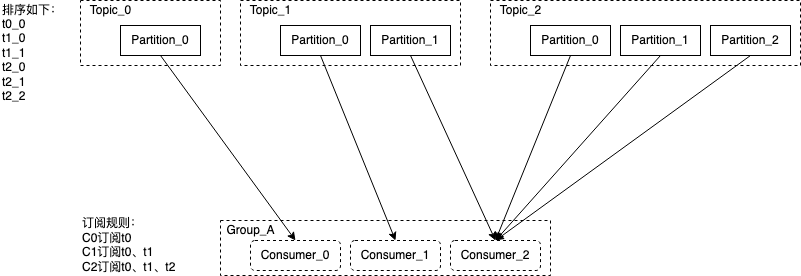
This is kafka Round Robin分配策略.png from wu0hgl/note_pic, a draw.io export, as it was before one commit. Source tidied: cells renumbered, new cells last; positions are measured from the earlier drawing's top-left corner, leaving out a move shared by most shapes.
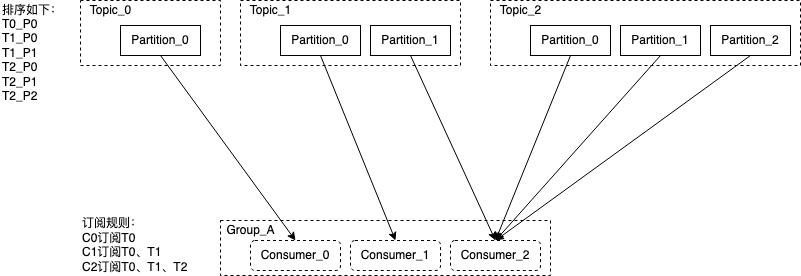
The same file after the commit.

Commit message:
更新kafka Round Robin分配策略.png

What changed in the source:
```diff
@@ -41,10 +41,10 @@
     <mxCell id="14" value="Topic_2" style="text;html=1;align=center;verticalAlign=middle;fillColor=none;strokeColor=none;rounded=0;" parent="1" vertex="1">
       <mxGeometry x="490" width="60" height="20" as="geometry" />
     </mxCell>
-    <mxCell id="15" value="&lt;div align=&quot;left&quot;&gt;订阅规则：&lt;/div&gt;&lt;div align=&quot;left&quot;&gt;C0订阅t0&lt;/div&gt;&lt;div align=&quot;left&quot;&gt;C1订阅t0、t1&lt;/div&gt;&lt;div align=&quot;left&quot;&gt;C2订阅t0、t1、t2&lt;br&gt;&lt;/div&gt;" style="text;html=1;align=left;verticalAlign=middle;fillColor=none;strokeColor=none;rounded=0;dashed=1;" parent="1" vertex="1">
-      <mxGeometry x="80" y="215" width="110" height="60" as="geometry" />
+    <mxCell id="15" value="&lt;div align=&quot;left&quot;&gt;订阅规则：&lt;/div&gt;&lt;div align=&quot;left&quot;&gt;C0订阅T0&lt;/div&gt;&lt;div align=&quot;left&quot;&gt;C1订阅T0、T1&lt;/div&gt;&lt;div align=&quot;left&quot;&gt;C2订阅T0、T1、T2&lt;br&gt;&lt;/div&gt;" style="text;html=1;align=left;verticalAlign=middle;fillColor=none;strokeColor=none;rounded=0;dashed=1;" parent="1" vertex="1">
+      <mxGeometry x="80" y="215" width="120" height="60" as="geometry" />
     </mxCell>
-    <mxCell id="16" value="&lt;div align=&quot;left&quot;&gt;排序如下：&lt;br&gt;&lt;/div&gt;&lt;div align=&quot;left&quot;&gt;t0_0&lt;/div&gt;&lt;div align=&quot;left&quot;&gt;t1_0&lt;/div&gt;&lt;div align=&quot;left&quot;&gt;t1_1&lt;/div&gt;&lt;div align=&quot;left&quot;&gt;t2_0&lt;/div&gt;&lt;div align=&quot;left&quot;&gt;t2_1&lt;/div&gt;&lt;div align=&quot;left&quot;&gt;t2_2&lt;br&gt;&lt;/div&gt;&lt;div align=&quot;left&quot;&gt;&lt;br&gt;&lt;/div&gt;" style="text;html=1;align=left;verticalAlign=middle;fillColor=none;strokeColor=none;rounded=0;dashed=1;" parent="1" vertex="1">
+    <mxCell id="16" value="&lt;div align=&quot;left&quot;&gt;排序如下：&lt;br&gt;&lt;/div&gt;&lt;div align=&quot;left&quot;&gt;T0_P0&lt;/div&gt;&lt;div align=&quot;left&quot;&gt;T1_P0&lt;/div&gt;&lt;div align=&quot;left&quot;&gt;T1_P1&lt;/div&gt;&lt;div align=&quot;left&quot;&gt;T2_P0&lt;/div&gt;&lt;div align=&quot;left&quot;&gt;T2_P1&lt;/div&gt;&lt;div align=&quot;left&quot;&gt;T2_P2&lt;br&gt;&lt;/div&gt;&lt;div align=&quot;left&quot;&gt;&lt;br&gt;&lt;/div&gt;" style="text;html=1;align=left;verticalAlign=middle;fillColor=none;strokeColor=none;rounded=0;dashed=1;" parent="1" vertex="1">
       <mxGeometry width="80" height="120" as="geometry" />
     </mxCell>
     <mxCell id="17" style="endArrow=classic;html=1;exitX=0.5;exitY=1;exitDx=0;exitDy=0;entryX=0.5;entryY=0;entryDx=0;entryDy=0;" parent="1" edge="1" source="4" target="8">
```
